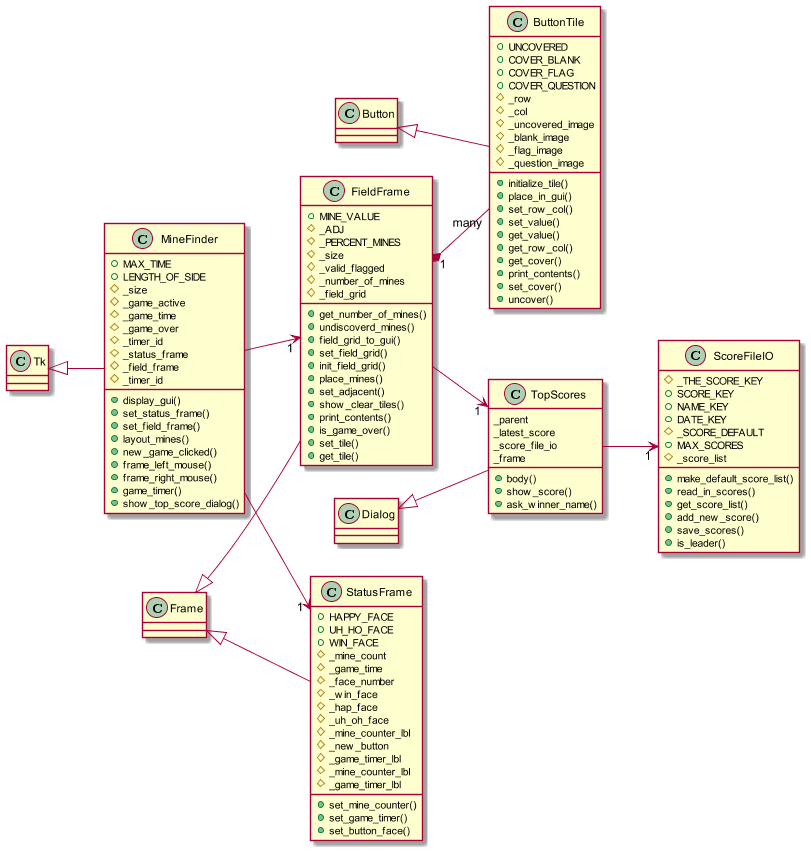
The PlantUML diagram docs/class_diagram.png in bcookOh1/MineGame, before a commit. Its diagram source:
```plantuml
@startuml class_diagram

left to right direction
scale 800 width

Class Tk

class MineFinder {
   +MAX_TIME
   +LENGTH_OF_SIDE
   #_size
   #_game_active
   #_game_time
   #_game_over
   #_timer_id
   #_status_frame
   #_field_frame
   #_timer_id
   +display_gui()
   +set_status_frame()
   +set_field_frame()
   +layout_mines()
   +new_game_clicked()
   +frame_left_mouse()
   +frame_right_mouse()
   +game_timer()
   +show_top_score_dialog()
}

Tk <|-- MineFinder

Class Frame

class FieldFrame {
   +MINE_VALUE
   #_ADJ
   #_PERCENT_MINES
   #_size
   #_valid_flagged
   #_number_of_mines
   #_field_grid
   +get_number_of_mines()
   +undiscoverd_mines()
   +field_grid_to_gui()
   +set_field_grid()
   +init_field_grid()
   +place_mines()
   +set_adjacent()
   +show_clear_tiles()
   +print_contents()
   +is_game_over()
   +set_tile()
   +get_tile()
}


class StatusFrame {
   +HAPPY_FACE
   +UH_HO_FACE
   +WIN_FACE
   #_mine_count
   #_game_time
   #_face_number
   #_win_face
   #_hap_face
   #_uh_oh_face
   #_mine_counter_lbl
   #_new_button
   #_game_timer_lbl
   #_mine_counter_lbl
   #_game_timer_lbl
   +set_mine_counter()
   +set_game_timer()
   +set_button_face()
}

Frame <|-- FieldFrame
Frame <|-- StatusFrame

class Button

class ButtonTile {
   +UNCOVERED
   +COVER_BLANK
   +COVER_FLAG
   +COVER_QUESTION
   #_row
   #_col
   #_uncovered_image
   #_blank_image
   #_flag_image
   #_question_image
   +initialize_tile()
   +place_in_gui()
   +set_row_col()
   +set_value()
   +get_value()
   +get_row_col()
   +get_cover()
   +print_contents()
   +set_cover()
   +uncover()
}

Button <|-- ButtonTile
class Dialog

class TopScores {
   _parent
   _latest_score
   _score_file_io
   _frame
   +body()
   +show_score()
   +ask_winner_name()
}

Dialog <|-- TopScores

class ScoreFileIO {
   #_THE_SCORE_KEY
   +SCORE_KEY
   +NAME_KEY
   +DATE_KEY
   #_SCORE_DEFAULT
   +MAX_SCORES
   #_score_list
   +make_default_score_list()
   +read_in_scores()
   +get_score_list()
   +add_new_score()
   +save_scores()
   +is_leader()
}

MineFinder --> "1"  FieldFrame
MineFinder --> "1"  StatusFrame
FieldFrame "1" *-- "many" ButtonTile
TopScores --> "1" ScoreFileIO
FieldFrame --> "1" TopScores


@enduml
```
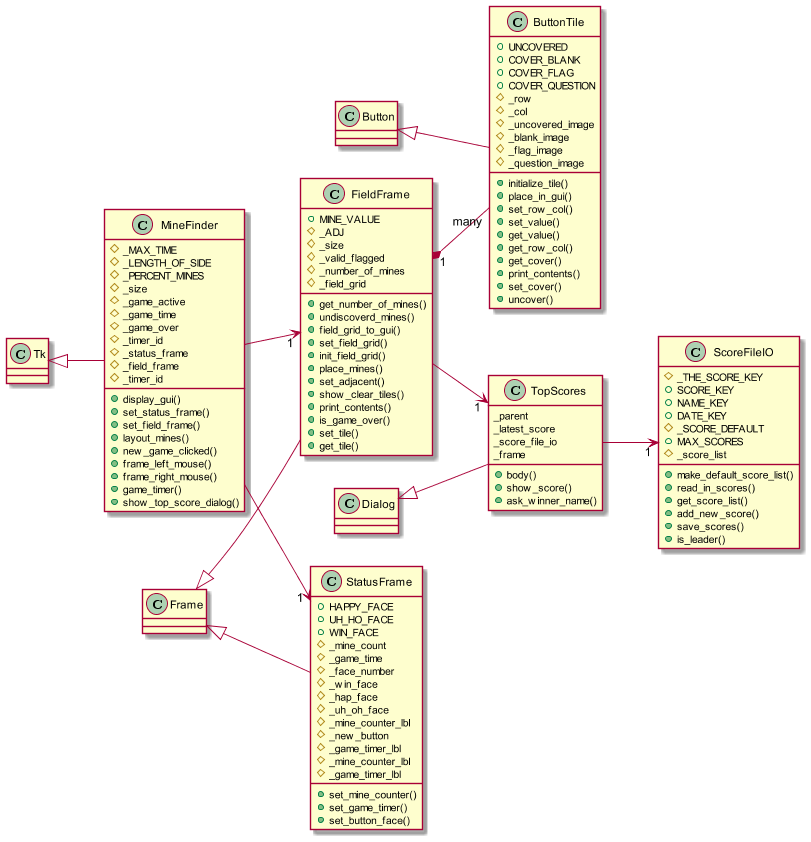
The same diagram one commit later.

Commit message:
move size and percent mine to minefinder.py

Diff of the diagram source:
```diff
@@ -6,8 +6,9 @@
 Class Tk
 
 class MineFinder {
-   +MAX_TIME
-   +LENGTH_OF_SIDE
+   #_MAX_TIME
+   #_LENGTH_OF_SIDE
+   #_PERCENT_MINES
    #_size
    #_game_active
    #_game_time
@@ -34,7 +35,6 @@
 class FieldFrame {
    +MINE_VALUE
    #_ADJ
-   #_PERCENT_MINES
    #_size
    #_valid_flagged
    #_number_of_mines
```
